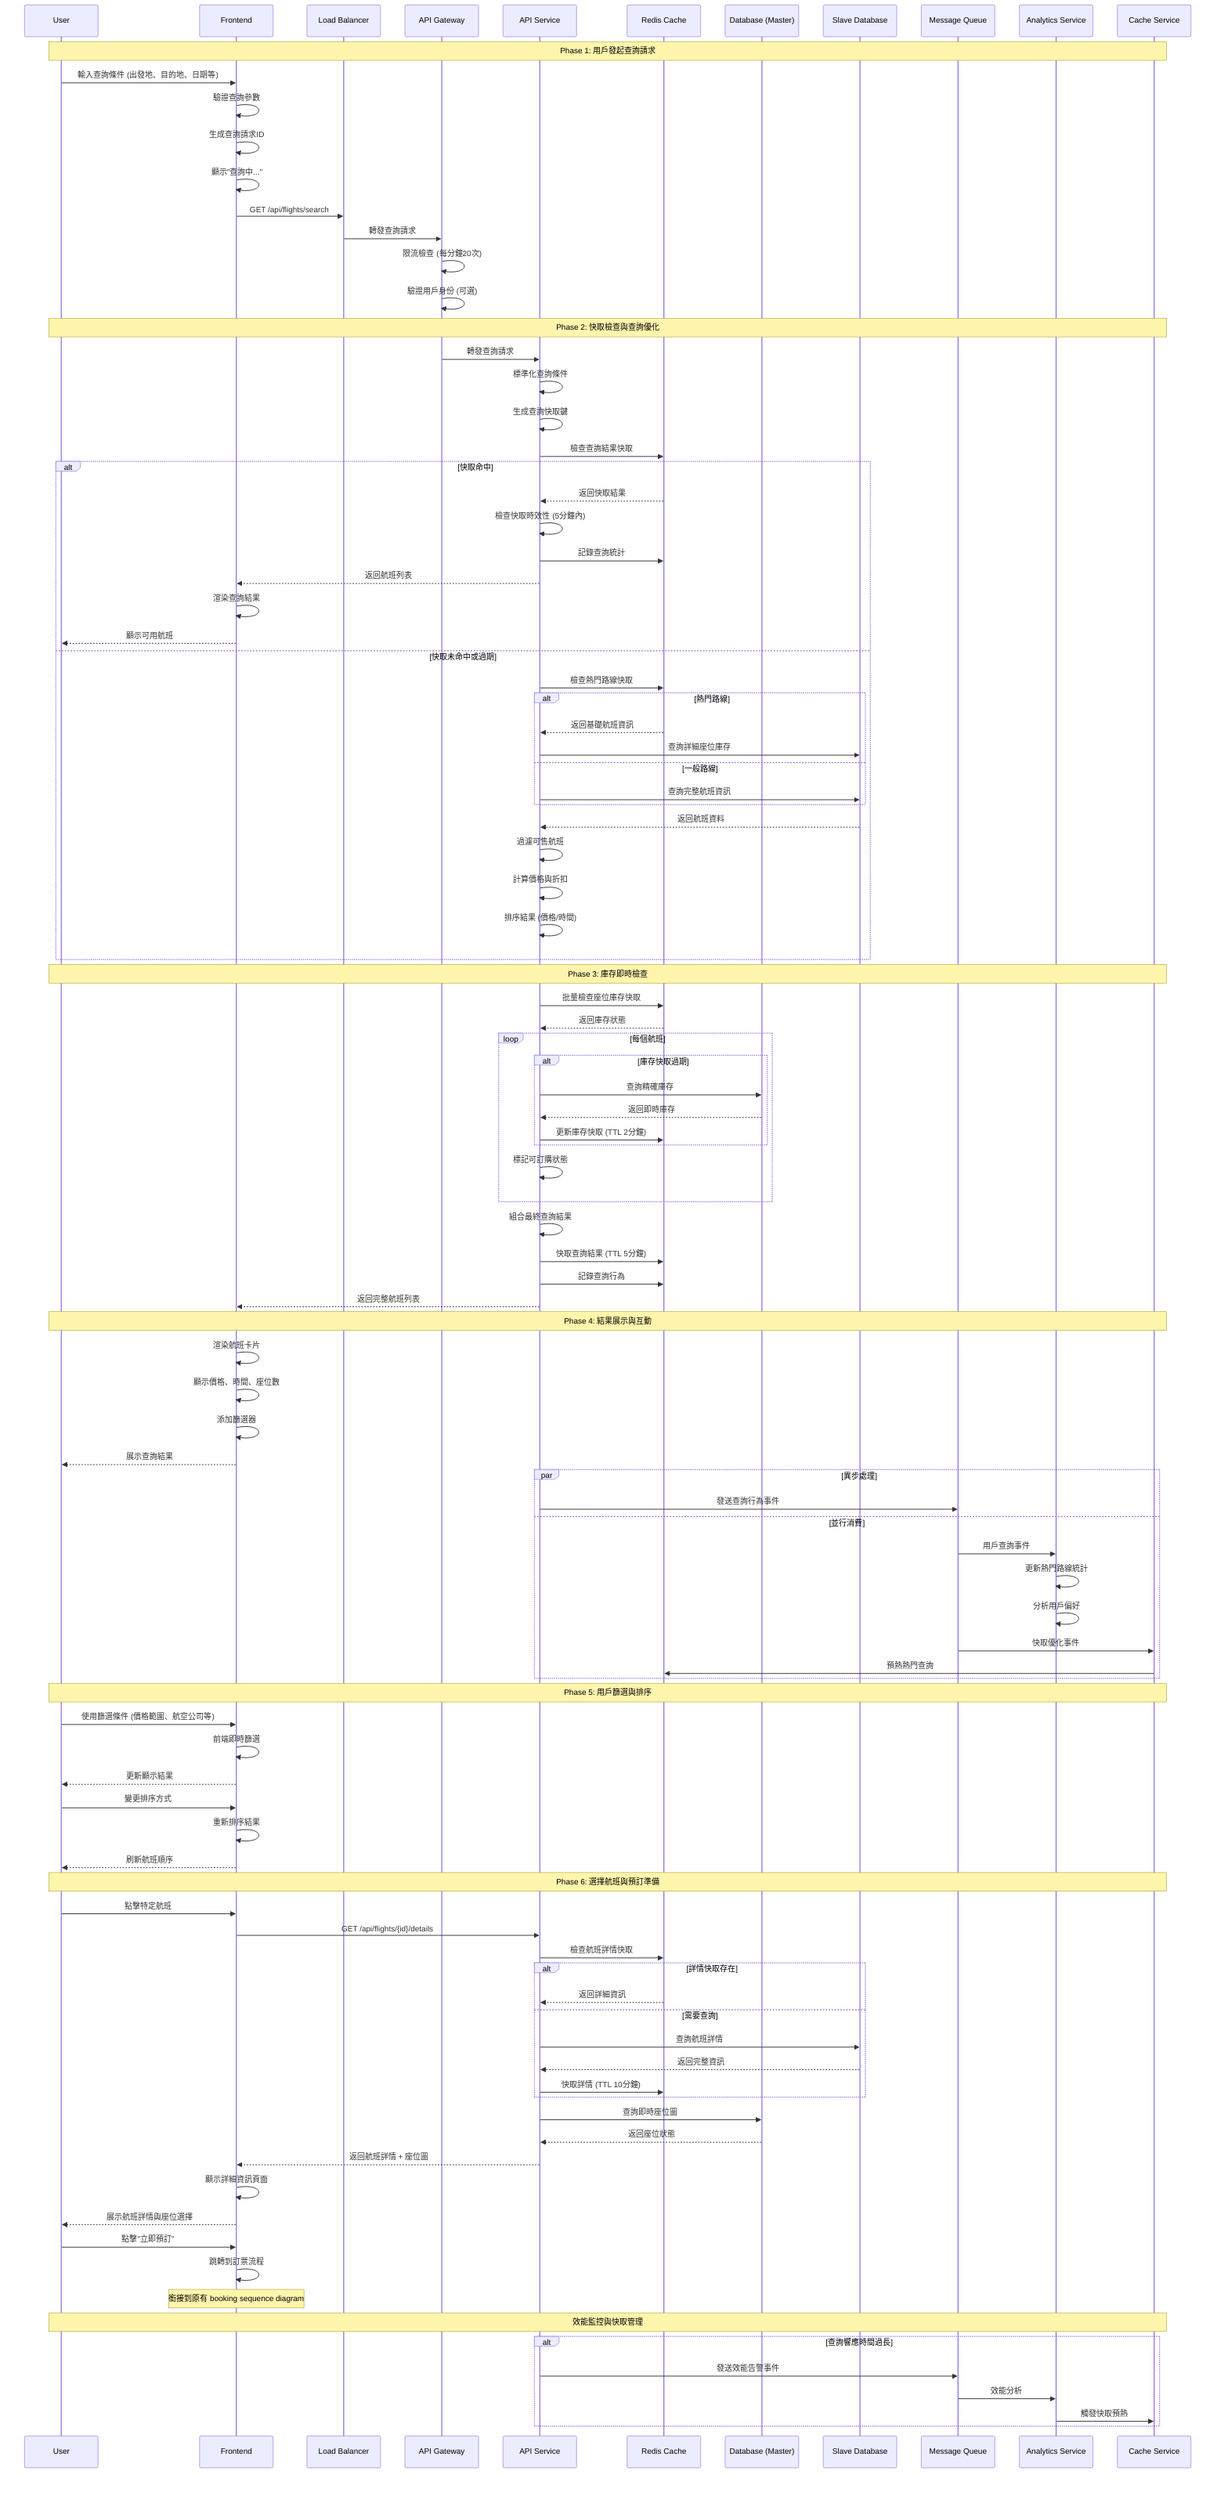
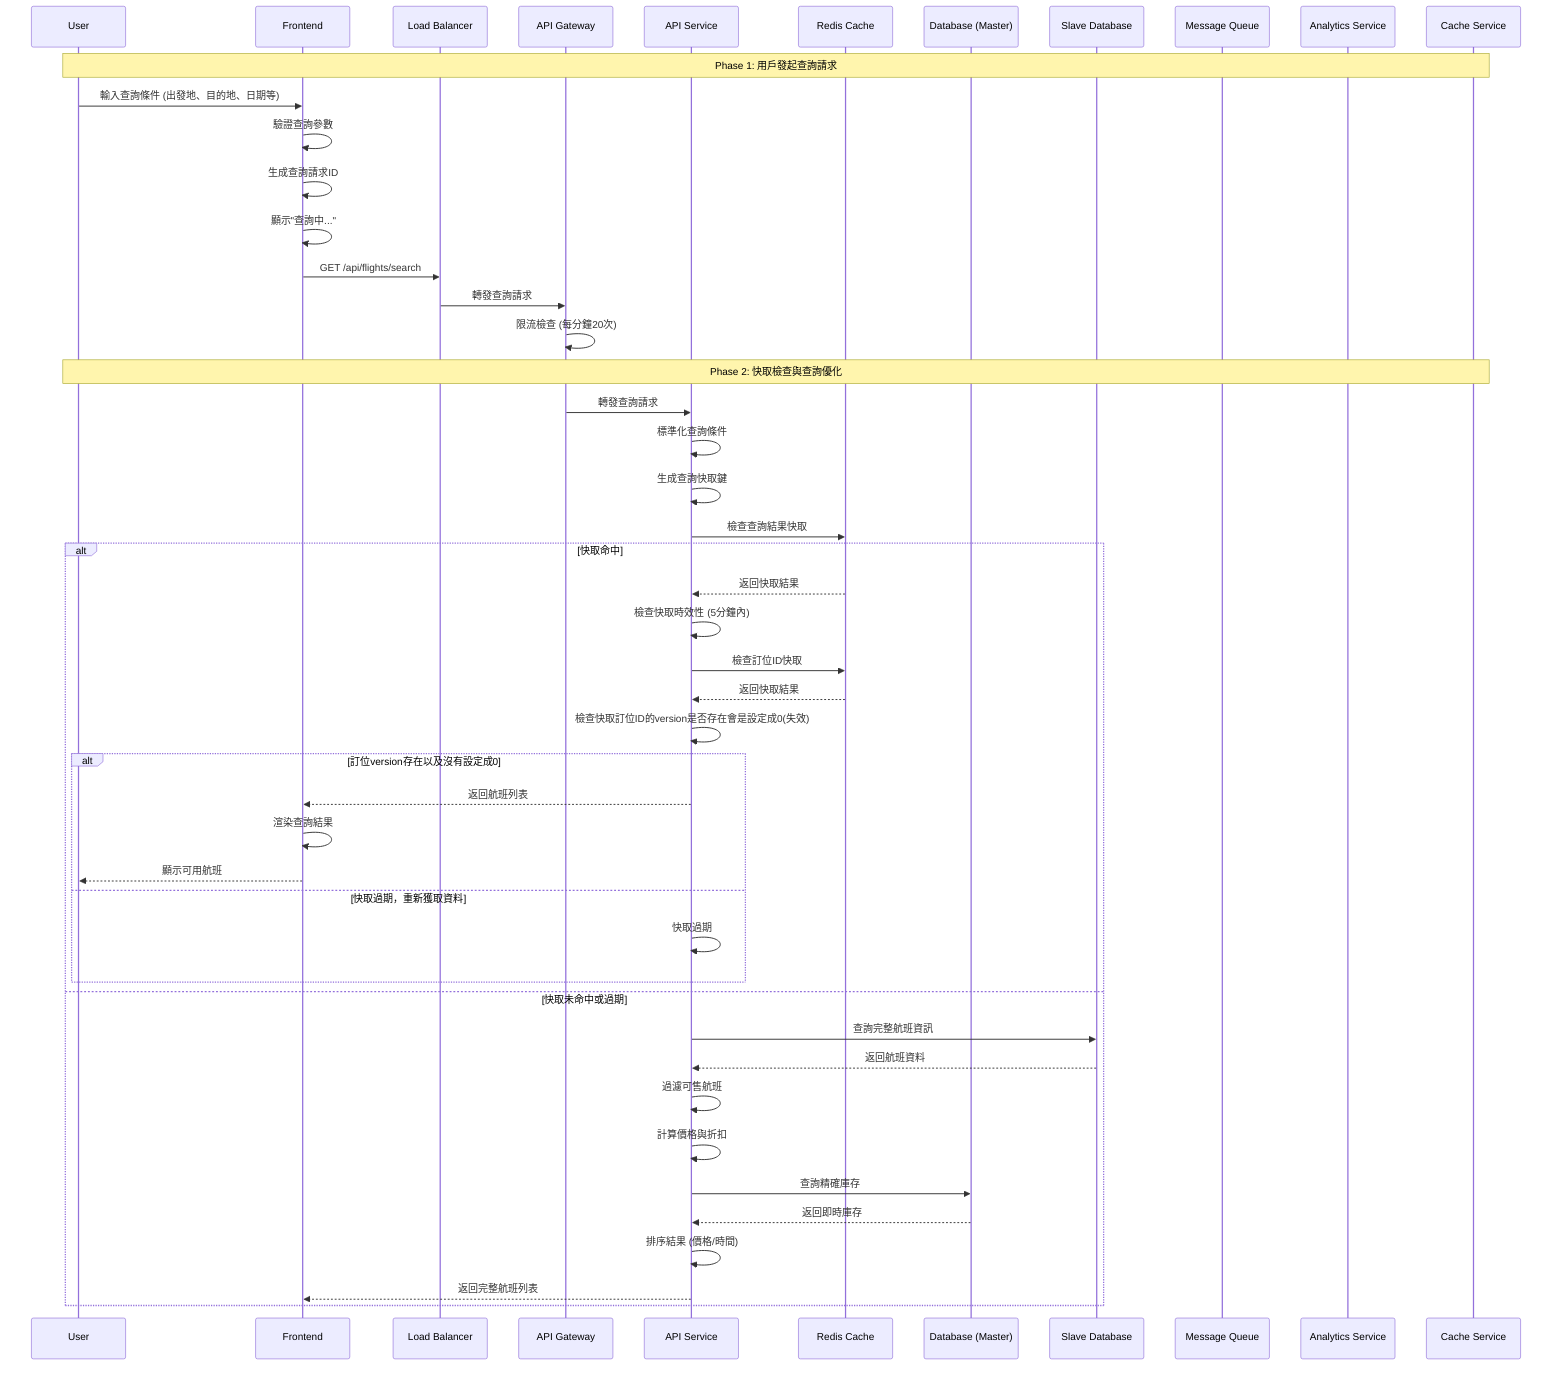
sequenceDiagram
    participant U as User
    participant F as Frontend
    participant LB as Load Balancer
    participant AG as API Gateway
    participant A as API Service
    participant R as Redis Cache
    participant DB as Database (Master)
    participant SDB as Slave Database
    participant MQ as Message Queue
    participant AS as Analytics Service
    participant CS as Cache Service

    Note over U,CS: Phase 1: 用戶發起查詢請求
    U->>F: 輸入查詢條件 (出發地、目的地、日期等)
    F->>F: 驗證查詢參數
    F->>F: 生成查詢請求ID
    F->>F: 顯示"查詢中..."
    F->>LB: GET /api/flights/search
    LB->>AG: 轉發查詢請求
    AG->>AG: 限流檢查 (每分鐘20次)
-     AG->>AG: 驗證用戶身份 (可選)

    Note over U,CS: Phase 2: 快取檢查與查詢優化
    AG->>A: 轉發查詢請求
    A->>A: 標準化查詢條件
    A->>A: 生成查詢快取鍵
    A->>R: 檢查查詢結果快取

    alt 快取命中
        R-->>A: 返回快取結果
        A->>A: 檢查快取時效性 (5分鐘內)
-         A->>R: 記錄查詢統計
-         A-->>F: 返回航班列表
-         F->>F: 渲染查詢結果
-         F-->>U: 顯示可用航班
+         A->>R: 檢查訂位ID快取
+         R-->>A: 返回快取結果
+         A->>A: 檢查快取訂位ID的version是否存在會是設定成0(失效)
+         alt 訂位version存在以及沒有設定成0
+             A-->>F: 返回航班列表
+             F->>F: 渲染查詢結果
+             F-->>U: 顯示可用航班
+         else 快取過期，重新獲取資料
+             A->>A: 快取過期
+         end

    else 快取未命中或過期
-         A->>R: 檢查熱門路線快取
- 
-         alt 熱門路線
-             R-->>A: 返回基礎航班資訊
-             A->>SDB: 查詢詳細座位庫存
-         else 一般路線
-             A->>SDB: 查詢完整航班資訊
-         end
+         A->>SDB: 查詢完整航班資訊

        SDB-->>A: 返回航班資料
        A->>A: 過濾可售航班
        A->>A: 計算價格與折扣
+         A->>DB: 查詢精確庫存
+         DB-->>A: 返回即時庫存
        A->>A: 排序結果 (價格/時間)
-     end
- 
-     Note over U,CS: Phase 3: 庫存即時檢查
-     A->>R: 批量檢查座位庫存快取
-     R-->>A: 返回庫存狀態
- 
-     loop 每個航班
-         alt 庫存快取過期
-             A->>DB: 查詢精確庫存
-             DB-->>A: 返回即時庫存
-             A->>R: 更新庫存快取 (TTL 2分鐘)
-         end
-         A->>A: 標記可訂購狀態
-     end
- 
-     A->>A: 組合最終查詢結果
-     A->>R: 快取查詢結果 (TTL 5分鐘)
-     A->>R: 記錄查詢行為
-     A-->>F: 返回完整航班列表
- 
-     Note over U,CS: Phase 4: 結果展示與互動
-     F->>F: 渲染航班卡片
-     F->>F: 顯示價格、時間、座位數
-     F->>F: 添加篩選器
-     F-->>U: 展示查詢結果
- 
-     par 異步處理
-         A->>MQ: 發送查詢行為事件
-     and 並行消費
-         MQ->>AS: 用戶查詢事件
-         AS->>AS: 更新熱門路線統計
-         AS->>AS: 分析用戶偏好
-         MQ->>CS: 快取優化事件
-         CS->>R: 預熱熱門查詢
-     end
- 
-     Note over U,CS: Phase 5: 用戶篩選與排序
-     U->>F: 使用篩選條件 (價格範圍、航空公司等)
-     F->>F: 前端即時篩選
-     F-->>U: 更新顯示結果
- 
-     U->>F: 變更排序方式
-     F->>F: 重新排序結果
-     F-->>U: 刷新航班順序
- 
-     Note over U,CS: Phase 6: 選擇航班與預訂準備
-     U->>F: 點擊特定航班
-     F->>A: GET /api/flights/{id}/details
-     A->>R: 檢查航班詳情快取
- 
-     alt 詳情快取存在
-         R-->>A: 返回詳細資訊
-     else 需要查詢
-         A->>SDB: 查詢航班詳情
-         SDB-->>A: 返回完整資訊
-         A->>R: 快取詳情 (TTL 10分鐘)
-     end
- 
-     A->>DB: 查詢即時座位圖
-     DB-->>A: 返回座位狀態
-     A-->>F: 返回航班詳情 + 座位圖
-     F->>F: 顯示詳細資訊頁面
-     F-->>U: 展示航班詳情與座位選擇
- 
-     U->>F: 點擊"立即預訂"
-     F->>F: 跳轉到訂票流程
-     Note over F: 銜接到原有 booking sequence diagram
- 
-     Note over U,CS: 效能監控與快取管理
-     alt 查詢響應時間過長
-         A->>MQ: 發送效能告警事件
-         MQ->>AS: 效能分析
-         AS->>CS: 觸發快取預熱
+         A-->>F: 返回完整航班列表
    end